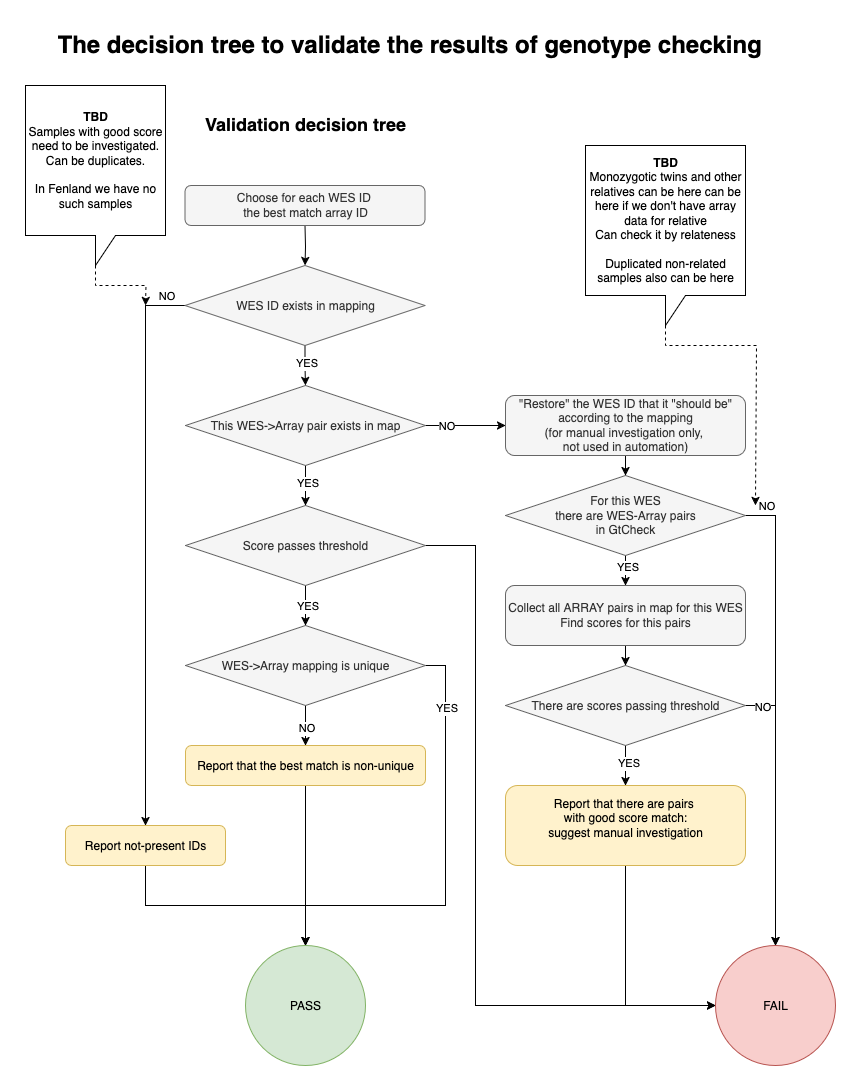
Before: docs/pics/gtcheck_decision_tree.png, a diagram exported from draw.io (wtsi-hgi/wxs-qc). Source tidied: cells renumbered, new cells last; positions are measured from the earlier drawing's top-left corner, leaving out a move shared by most shapes. The source it was exported from:
```xml
<mxGraphModel>
  <root>
    <mxCell id="0" />
    <mxCell id="1" parent="0" />
    <mxCell id="2" value="&lt;h1 style=&quot;margin-top: 0px;&quot;&gt;The decision tree to validate the results of genotype checking&lt;br&gt;&lt;/h1&gt;&lt;p&gt;&lt;br&gt;&lt;/p&gt;" style="text;html=1;whiteSpace=wrap;overflow=hidden;rounded=0;" parent="1" vertex="1">
      <mxGeometry x="30" width="720" height="50" as="geometry" />
    </mxCell>
    <mxCell id="3" value="&lt;font style=&quot;font-size: 18px;&quot;&gt;&lt;b&gt;Validation decision tree&lt;/b&gt;&lt;br&gt;&lt;/font&gt;" style="text;html=1;align=center;verticalAlign=middle;whiteSpace=wrap;rounded=0;" parent="1" vertex="1">
      <mxGeometry x="160" y="80" width="240" height="40" as="geometry" />
    </mxCell>
    <mxCell id="4" style="edgeStyle=orthogonalEdgeStyle;rounded=0;jettySize=auto;html=1;exitX=0.5;exitY=1;exitDx=0;exitDy=0;entryX=0.5;entryY=0;entryDx=0;entryDy=0;" parent="1" edge="1" target="10">
      <mxGeometry relative="1" as="geometry">
        <mxPoint x="279.5" y="200" as="sourcePoint" />
      </mxGeometry>
    </mxCell>
    <mxCell id="5" value="&lt;div&gt;Choose for each WES ID&amp;nbsp;&lt;/div&gt;&lt;div&gt;the best match array ID&lt;/div&gt;" style="rounded=1;whiteSpace=wrap;html=1;fillColor=#f5f5f5;fontColor=#333333;strokeColor=#666666;" parent="1" vertex="1">
      <mxGeometry x="159.5" y="160" width="240" height="40" as="geometry" />
    </mxCell>
    <mxCell id="6" style="edgeStyle=orthogonalEdgeStyle;rounded=0;jettySize=auto;html=1;exitX=0;exitY=0.5;exitDx=0;exitDy=0;entryX=0.5;entryY=0;entryDx=0;entryDy=0;" parent="1" edge="1" source="10" target="12">
      <mxGeometry relative="1" as="geometry" />
    </mxCell>
    <mxCell id="7" value="NO" style="edgeLabel;html=1;align=center;verticalAlign=middle;" parent="6" vertex="1">
      <mxGeometry x="-0.05" relative="1" as="geometry">
        <mxPoint x="20" y="-236" as="offset" />
      </mxGeometry>
    </mxCell>
    <mxCell id="8" style="edgeStyle=orthogonalEdgeStyle;rounded=0;jettySize=auto;html=1;exitX=0.5;exitY=1;exitDx=0;exitDy=0;entryX=0.5;entryY=0;entryDx=0;entryDy=0;" parent="1" edge="1" source="10" target="17">
      <mxGeometry relative="1" as="geometry" />
    </mxCell>
    <mxCell id="9" value="YES" style="edgeLabel;html=1;align=center;verticalAlign=middle;" parent="8" vertex="1">
      <mxGeometry x="-0.16" y="1" relative="1" as="geometry" />
    </mxCell>
    <mxCell id="10" value="WES ID exists in mapping" style="rhombus;whiteSpace=wrap;html=1;fillColor=#f5f5f5;fontColor=#333333;strokeColor=#666666;" parent="1" vertex="1">
      <mxGeometry x="159.5" y="240" width="240" height="80" as="geometry" />
    </mxCell>
    <mxCell id="11" style="edgeStyle=orthogonalEdgeStyle;rounded=0;jettySize=auto;html=1;exitX=0.5;exitY=1;exitDx=0;exitDy=0;entryX=0.5;entryY=0;entryDx=0;entryDy=0;" parent="1" edge="1" source="12" target="25">
      <mxGeometry relative="1" as="geometry" />
    </mxCell>
    <mxCell id="12" value="Report not-present IDs" style="rounded=1;whiteSpace=wrap;html=1;fillColor=#fff2cc;strokeColor=#d6b656;" parent="1" vertex="1">
      <mxGeometry x="40" y="800" width="160" height="40" as="geometry" />
    </mxCell>
    <mxCell id="13" style="edgeStyle=orthogonalEdgeStyle;rounded=0;jettySize=auto;html=1;exitX=1;exitY=0.5;exitDx=0;exitDy=0;entryX=0;entryY=0.5;entryDx=0;entryDy=0;" parent="1" edge="1" source="17" target="44">
      <mxGeometry relative="1" as="geometry" />
    </mxCell>
    <mxCell id="14" value="NO" style="edgeLabel;html=1;align=center;verticalAlign=middle;" parent="13" vertex="1">
      <mxGeometry x="0.33" y="-2" relative="1" as="geometry">
        <mxPoint x="-33" y="-2" as="offset" />
      </mxGeometry>
    </mxCell>
    <mxCell id="15" style="edgeStyle=orthogonalEdgeStyle;rounded=0;jettySize=auto;html=1;exitX=0.5;exitY=1;exitDx=0;exitDy=0;entryX=0.5;entryY=0;entryDx=0;entryDy=0;" parent="1" edge="1" source="17" target="48">
      <mxGeometry relative="1" as="geometry" />
    </mxCell>
    <mxCell id="16" value="YES" style="edgeLabel;html=1;align=center;verticalAlign=middle;" parent="15" vertex="1">
      <mxGeometry x="-0.15" y="1" relative="1" as="geometry" />
    </mxCell>
    <mxCell id="17" value="This WES-&amp;gt;Array pair exists in map" style="rhombus;whiteSpace=wrap;html=1;fillColor=#f5f5f5;fontColor=#333333;strokeColor=#666666;" parent="1" vertex="1">
      <mxGeometry x="160" y="360" width="240" height="80" as="geometry" />
    </mxCell>
    <mxCell id="18" style="edgeStyle=orthogonalEdgeStyle;rounded=0;jettySize=auto;html=1;exitX=1;exitY=0.5;exitDx=0;exitDy=0;entryX=0.5;entryY=0;entryDx=0;entryDy=0;" parent="1" edge="1" source="22" target="25">
      <mxGeometry relative="1" as="geometry">
        <Array as="points">
          <mxPoint x="420" y="640" />
          <mxPoint x="420" y="880" />
          <mxPoint x="280" y="880" />
        </Array>
      </mxGeometry>
    </mxCell>
    <mxCell id="19" value="YES" style="edgeLabel;html=1;align=center;verticalAlign=middle;" parent="18" vertex="1">
      <mxGeometry x="-0.3" relative="1" as="geometry">
        <mxPoint y="-92" as="offset" />
      </mxGeometry>
    </mxCell>
    <mxCell id="20" style="edgeStyle=orthogonalEdgeStyle;rounded=0;jettySize=auto;html=1;exitX=0.5;exitY=1;exitDx=0;exitDy=0;entryX=0.5;entryY=0;entryDx=0;entryDy=0;" parent="1" edge="1" source="22" target="24">
      <mxGeometry relative="1" as="geometry" />
    </mxCell>
    <mxCell id="21" value="NO" style="edgeLabel;html=1;align=center;verticalAlign=middle;" parent="20" vertex="1">
      <mxGeometry x="0.1" relative="1" as="geometry" />
    </mxCell>
    <mxCell id="22" value="WES-&amp;gt;Array mapping is unique" style="rhombus;whiteSpace=wrap;html=1;fillColor=#f5f5f5;fontColor=#333333;strokeColor=#666666;" parent="1" vertex="1">
      <mxGeometry x="160" y="600" width="240" height="80" as="geometry" />
    </mxCell>
    <mxCell id="23" style="edgeStyle=orthogonalEdgeStyle;rounded=0;jettySize=auto;html=1;exitX=0.5;exitY=1;exitDx=0;exitDy=0;entryX=0.5;entryY=0;entryDx=0;entryDy=0;" parent="1" edge="1" source="24" target="25">
      <mxGeometry relative="1" as="geometry" />
    </mxCell>
    <mxCell id="24" value="Report that the best match is non-unique" style="rounded=1;whiteSpace=wrap;html=1;fillColor=#fff2cc;strokeColor=#d6b656;" parent="1" vertex="1">
      <mxGeometry x="160" y="720" width="240" height="40" as="geometry" />
    </mxCell>
    <mxCell id="25" value="PASS" style="ellipse;whiteSpace=wrap;html=1;fillColor=#d5e8d4;strokeColor=#82b366;" parent="1" vertex="1">
      <mxGeometry x="220" y="920" width="120" height="120" as="geometry" />
    </mxCell>
    <mxCell id="26" style="edgeStyle=orthogonalEdgeStyle;rounded=0;jettySize=auto;html=1;exitX=1;exitY=0.5;exitDx=0;exitDy=0;entryX=0.5;entryY=0;entryDx=0;entryDy=0;" parent="1" edge="1" source="30" target="33">
      <mxGeometry relative="1" as="geometry" />
    </mxCell>
    <mxCell id="27" value="NO" style="edgeLabel;html=1;align=center;verticalAlign=middle;" parent="26" vertex="1">
      <mxGeometry x="-0.23" y="-2" relative="1" as="geometry">
        <mxPoint x="-8" y="-158" as="offset" />
      </mxGeometry>
    </mxCell>
    <mxCell id="28" style="edgeStyle=orthogonalEdgeStyle;rounded=0;jettySize=auto;html=1;exitX=0.5;exitY=1;exitDx=0;exitDy=0;entryX=0.5;entryY=0;entryDx=0;entryDy=0;" parent="1" edge="1" source="30" target="32">
      <mxGeometry relative="1" as="geometry" />
    </mxCell>
    <mxCell id="29" value="YES" style="edgeLabel;html=1;align=center;verticalAlign=middle;" parent="28" vertex="1">
      <mxGeometry x="-0.3" y="1" relative="1" as="geometry" />
    </mxCell>
    <mxCell id="30" value="&lt;div&gt;For this WES&lt;/div&gt;&lt;div&gt;there are WES-Array pairs&lt;/div&gt;&lt;div&gt;in GtCheck&lt;br&gt;&lt;/div&gt;" style="rhombus;whiteSpace=wrap;html=1;fillColor=#f5f5f5;fontColor=#333333;strokeColor=#666666;" parent="1" vertex="1">
      <mxGeometry x="480" y="450" width="240" height="80" as="geometry" />
    </mxCell>
    <mxCell id="31" style="edgeStyle=orthogonalEdgeStyle;rounded=0;jettySize=auto;html=1;exitX=0.5;exitY=1;exitDx=0;exitDy=0;entryX=0.5;entryY=0;entryDx=0;entryDy=0;" parent="1" edge="1" source="32" target="38">
      <mxGeometry relative="1" as="geometry" />
    </mxCell>
    <mxCell id="32" value="&lt;div&gt;Collect all ARRAY pairs in map for this WES&lt;/div&gt;&lt;div&gt;Find scores for this pairs&lt;br&gt;&lt;/div&gt;" style="rounded=1;whiteSpace=wrap;html=1;fillColor=#f5f5f5;fontColor=#333333;strokeColor=#666666;" parent="1" vertex="1">
      <mxGeometry x="480" y="560" width="240" height="60" as="geometry" />
    </mxCell>
    <mxCell id="33" value="&lt;div&gt;FAIL&lt;/div&gt;" style="ellipse;whiteSpace=wrap;html=1;fillColor=#f8cecc;strokeColor=#b85450;" parent="1" vertex="1">
      <mxGeometry x="690" y="920" width="120" height="120" as="geometry" />
    </mxCell>
    <mxCell id="34" style="edgeStyle=orthogonalEdgeStyle;rounded=0;jettySize=auto;html=1;exitX=1;exitY=0.5;exitDx=0;exitDy=0;entryX=0.5;entryY=0;entryDx=0;entryDy=0;" parent="1" edge="1" source="38" target="33">
      <mxGeometry relative="1" as="geometry" />
    </mxCell>
    <mxCell id="35" value="NO" style="edgeLabel;html=1;align=center;verticalAlign=middle;" parent="34" vertex="1">
      <mxGeometry x="-0.88" y="-1" relative="1" as="geometry" />
    </mxCell>
    <mxCell id="36" style="edgeStyle=orthogonalEdgeStyle;rounded=0;jettySize=auto;html=1;exitX=0.5;exitY=1;exitDx=0;exitDy=0;entryX=0.5;entryY=0;entryDx=0;entryDy=0;" parent="1" edge="1" source="38" target="40">
      <mxGeometry relative="1" as="geometry" />
    </mxCell>
    <mxCell id="37" value="YES" style="edgeLabel;html=1;align=center;verticalAlign=middle;" parent="36" vertex="1">
      <mxGeometry x="-0.15" y="2" relative="1" as="geometry" />
    </mxCell>
    <mxCell id="38" value="There are scores passing threshold" style="rhombus;whiteSpace=wrap;html=1;fillColor=#f5f5f5;fontColor=#333333;strokeColor=#666666;" parent="1" vertex="1">
      <mxGeometry x="480" y="640" width="240" height="80" as="geometry" />
    </mxCell>
    <mxCell id="39" style="edgeStyle=orthogonalEdgeStyle;rounded=0;jettySize=auto;html=1;exitX=0.5;exitY=1;exitDx=0;exitDy=0;entryX=0;entryY=0.5;entryDx=0;entryDy=0;" parent="1" edge="1" source="40" target="33">
      <mxGeometry relative="1" as="geometry" />
    </mxCell>
    <mxCell id="40" value="&lt;div&gt;Report that there are pairs&amp;nbsp;&lt;br&gt;with good score match:&lt;/div&gt;&lt;div&gt;suggest manual investigation&lt;/div&gt;&lt;div&gt;&lt;br&gt;&lt;/div&gt;" style="rounded=1;whiteSpace=wrap;html=1;fillColor=#fff2cc;strokeColor=#d6b656;" parent="1" vertex="1">
      <mxGeometry x="480" y="760" width="240" height="80" as="geometry" />
    </mxCell>
    <mxCell id="41" style="edgeStyle=orthogonalEdgeStyle;rounded=0;jettySize=auto;html=1;exitX=0;exitY=0;exitDx=80;exitDy=180;exitPerimeter=0;dashed=1;" parent="1" edge="1" source="42">
      <mxGeometry relative="1" as="geometry">
        <mxPoint x="730" y="480" as="targetPoint" />
        <Array as="points">
          <mxPoint x="640" y="320" />
          <mxPoint x="731" y="320" />
        </Array>
      </mxGeometry>
    </mxCell>
    <mxCell id="42" value="&lt;div&gt;&lt;b&gt;TBD&lt;/b&gt;&lt;br&gt;&lt;/div&gt;&lt;div&gt;Monozygotic twins and other relatives can be here can be here if we don't have array data for relative&lt;/div&gt;&lt;div&gt;Can check it by relateness&lt;/div&gt;&lt;div&gt;&lt;br&gt;&lt;/div&gt;&lt;div&gt;Duplicated non-related samples also can be here&lt;br&gt; &lt;/div&gt;" style="shape=callout;whiteSpace=wrap;html=1;perimeter=calloutPerimeter;size=30;position=0.5;" parent="1" vertex="1">
      <mxGeometry x="560" y="120" width="160" height="180" as="geometry" />
    </mxCell>
    <mxCell id="43" style="edgeStyle=orthogonalEdgeStyle;rounded=0;jettySize=auto;html=1;exitX=0.5;exitY=1;exitDx=0;exitDy=0;entryX=0.5;entryY=0;entryDx=0;entryDy=0;" parent="1" edge="1" source="44" target="30">
      <mxGeometry relative="1" as="geometry" />
    </mxCell>
    <mxCell id="44" value="&lt;div&gt;&quot;Restore&quot; the WES ID that it &quot;should be&quot; according to the mapping&lt;/div&gt;&lt;div&gt;(for manual investigation only,&amp;nbsp;&lt;/div&gt;&lt;div&gt;not used in automation)&lt;br&gt;&lt;/div&gt;" style="rounded=1;whiteSpace=wrap;html=1;fillColor=#f5f5f5;fontColor=#333333;strokeColor=#666666;" parent="1" vertex="1">
      <mxGeometry x="480" y="370" width="240" height="60" as="geometry" />
    </mxCell>
    <mxCell id="45" style="edgeStyle=orthogonalEdgeStyle;rounded=0;jettySize=auto;html=1;exitX=0.5;exitY=1;exitDx=0;exitDy=0;entryX=0.5;entryY=0;entryDx=0;entryDy=0;" parent="1" edge="1" source="48" target="22">
      <mxGeometry relative="1" as="geometry" />
    </mxCell>
    <mxCell id="46" value="YES" style="edgeLabel;html=1;align=center;verticalAlign=middle;" parent="45" vertex="1">
      <mxGeometry y="1" relative="1" as="geometry" />
    </mxCell>
    <mxCell id="47" style="edgeStyle=orthogonalEdgeStyle;rounded=0;jettySize=auto;html=1;exitX=1;exitY=0.5;exitDx=0;exitDy=0;" parent="1" edge="1" source="48">
      <mxGeometry relative="1" as="geometry">
        <mxPoint x="690" y="980" as="targetPoint" />
        <Array as="points">
          <mxPoint x="450" y="520" />
          <mxPoint x="450" y="980" />
        </Array>
      </mxGeometry>
    </mxCell>
    <mxCell id="48" value="Score passes threshold" style="rhombus;whiteSpace=wrap;html=1;fillColor=#f5f5f5;fontColor=#333333;strokeColor=#666666;" parent="1" vertex="1">
      <mxGeometry x="160" y="480" width="240" height="80" as="geometry" />
    </mxCell>
    <mxCell id="49" style="edgeStyle=orthogonalEdgeStyle;rounded=0;jettySize=auto;html=1;exitX=0;exitY=0;exitDx=70;exitDy=180;exitPerimeter=0;dashed=1;" parent="1" edge="1" source="50">
      <mxGeometry relative="1" as="geometry">
        <mxPoint x="120" y="280" as="targetPoint" />
      </mxGeometry>
    </mxCell>
    <mxCell id="50" value="&lt;div&gt;&lt;b&gt;TBD&lt;/b&gt;&lt;br&gt;&lt;/div&gt;&lt;div&gt;Samples with good score&lt;/div&gt;&lt;div&gt;need to be investigated.&lt;/div&gt;&lt;div&gt;Can be duplicates.&lt;/div&gt;&lt;div&gt;&lt;br&gt;&lt;/div&gt;&lt;div&gt;In Fenland we have no such samples&lt;br&gt;&lt;/div&gt;" style="shape=callout;whiteSpace=wrap;html=1;perimeter=calloutPerimeter;size=30;position=0.5;" parent="1" vertex="1">
      <mxGeometry y="60" width="140" height="180" as="geometry" />
    </mxCell>
  </root>
</mxGraphModel>
```
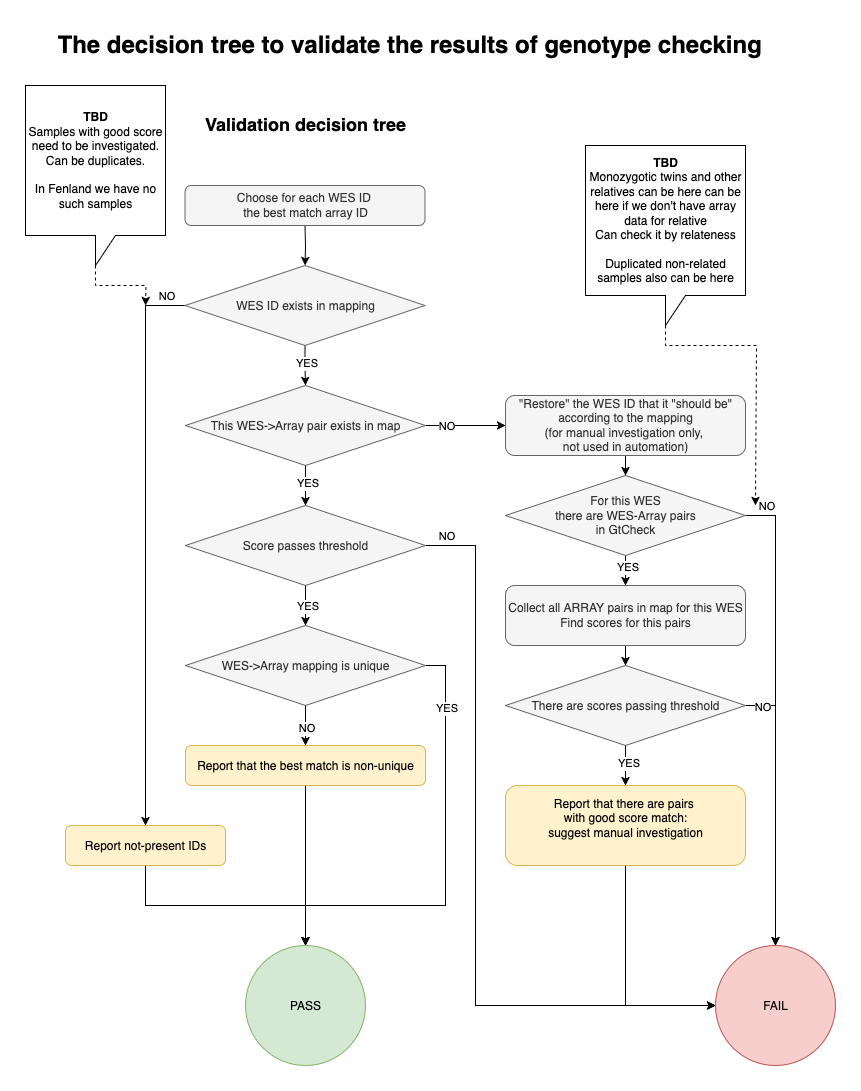
The same diagram one commit later.

Commit message:
HSH-307 add: Added a missed 'NO' label on the decision tree.

Diff of the diagram source:
```diff
@@ -168,6 +168,11 @@
         </Array>
       </mxGeometry>
     </mxCell>
+    <mxCell id="51" value="NO" style="edgeLabel;html=1;align=center;verticalAlign=middle;" parent="47" vertex="1">
+      <mxGeometry x="-0.6" y="1" relative="1" as="geometry">
+        <mxPoint x="-31" y="-111" as="offset" />
+      </mxGeometry>
+    </mxCell>
     <mxCell id="48" value="Score passes threshold" style="rhombus;whiteSpace=wrap;html=1;fillColor=#f5f5f5;fontColor=#333333;strokeColor=#666666;" parent="1" vertex="1">
       <mxGeometry x="160" y="480" width="240" height="80" as="geometry" />
     </mxCell>
```
